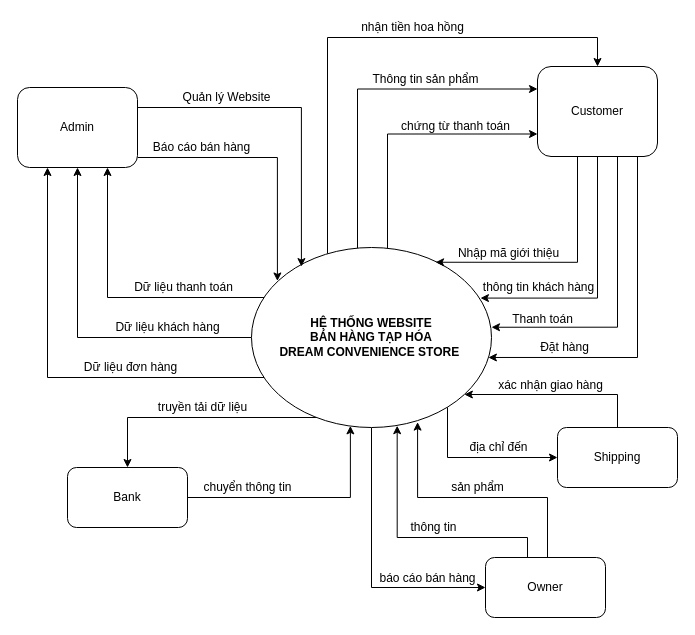
Earlier version of the draw.io diagram SystemContent.drawio (leanhtuan9497/DoAnTotNghiep). Source tidied: cells renumbered, new cells numbered last; positions are measured from the earlier drawing's top-left corner, leaving out a move shared by most shapes. Both pictures are drawn from the tidied source at 100%, with x=0, y=0 at pixel (17, 17).
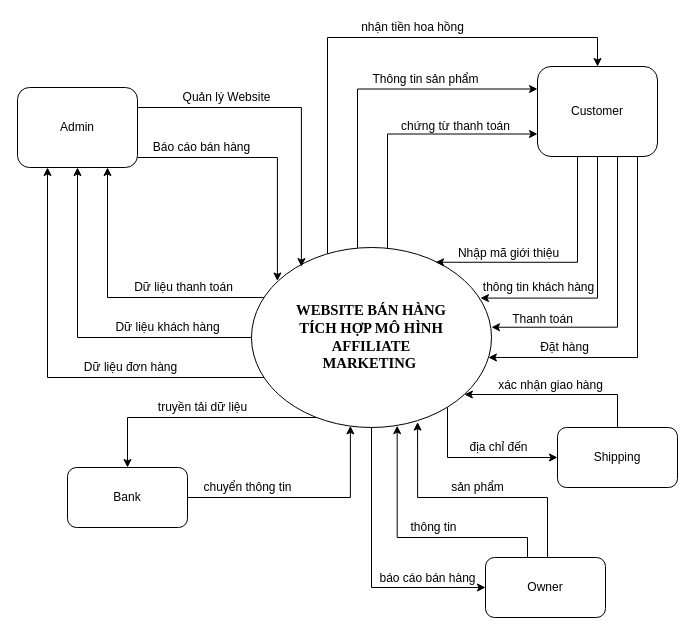
Above is the later version.

The edit, as a diff of the source:
```diff
@@
-    <mxCell id="11" value="HỆ THỐNG WEBSITE &lt;br&gt;BÁN HÀNG TẠP HÓA &lt;br&gt;DREAM CONVENIENCE STORE&amp;nbsp;" style="ellipse;whiteSpace=wrap;html=1;fontStyle=1;" parent="1" vertex="1">
+    <mxCell id="11" value="&lt;span style=&quot;font-size: 11.0pt ; font-family: &amp;#34;times new roman&amp;#34; , serif&quot;&gt;WEBSITE BÁN HÀNG &lt;br&gt;TÍCH HỢP MÔ HÌNH &lt;br&gt;AFFILIATE&lt;br/&gt;MARKETING&lt;/span&gt;&amp;nbsp;" style="ellipse;whiteSpace=wrap;html=1;fontStyle=1;" parent="1" vertex="1">
       <mxGeometry x="234" y="230" width="240" height="180" as="geometry" />
     </mxCell>
```
